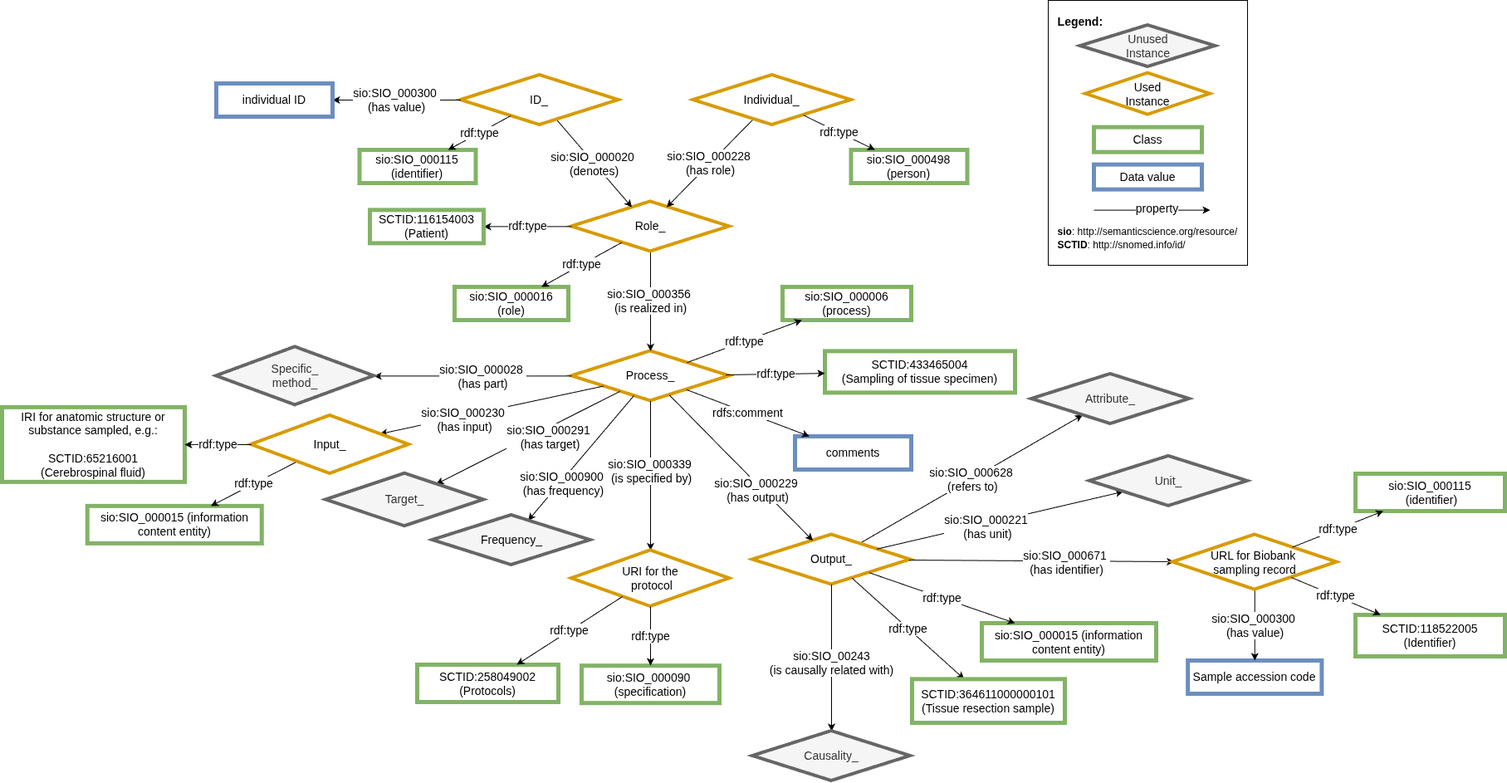
CARE-SM/CARE-Semantic-Model keeps this draw.io diagram as images/snomed/CARE-SM-snomed-Biobank.drawio.png. Above is the earlier version. Source tidied: cells renumbered, new cells last; positions are measured from the earlier drawing's top-left corner, leaving out a move shared by most shapes.
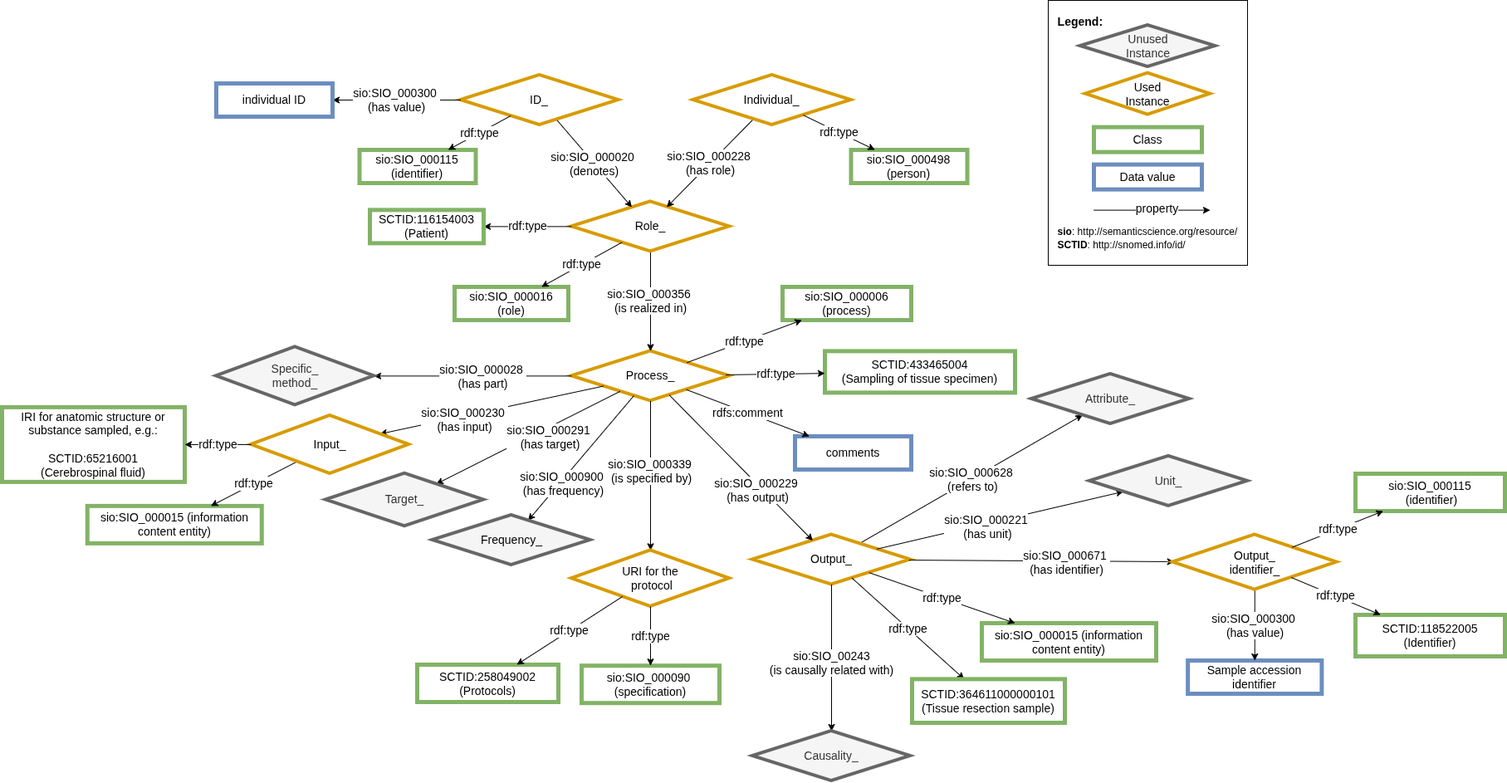
Above is the later version.

Commit message:
Biobank identifier modified

The edit, as a diff of the source:
```diff
@@ -172,7 +172,7 @@
     <mxCell id="53" value="sio:SIO_000671&amp;nbsp;&lt;div&gt;(has identifier)&lt;/div&gt;" style="rounded=0;jettySize=auto;html=1;fontSize=14;" parent="1" edge="1" source="3" target="64">
       <mxGeometry x="0.19" y="-2" relative="1" as="geometry" />
     </mxCell>
-    <mxCell id="54" value="Sample accession code" style="whiteSpace=wrap;html=1;fillColor=#FFFFFF;strokeColor=#6c8ebf;strokeWidth=5;fontSize=14;" parent="1" vertex="1">
+    <mxCell id="54" value="Sample accession identifier" style="whiteSpace=wrap;html=1;fillColor=#FFFFFF;strokeColor=#6c8ebf;strokeWidth=5;fontSize=14;" parent="1" vertex="1">
       <mxGeometry x="1428.1" y="795" width="161.2" height="40" as="geometry" />
     </mxCell>
     <mxCell id="55" value="sio:SIO_000300&amp;nbsp;&lt;div&gt;(has value)&lt;/div&gt;" style="rounded=0;jettySize=auto;html=1;fontSize=14;" parent="1" edge="1" source="64" target="54">
@@ -204,7 +204,7 @@
     <mxCell id="63" value="Causality_" style="rhombus;whiteSpace=wrap;html=1;fillColor=#f5f5f5;strokeColor=#666666;perimeter=rhombusPerimeter;arcSize=20;comic=0;enumerate=0;strokeWidth=4;rounded=0;fontSize=14;fontColor=#333333;" parent="1" vertex="1">
       <mxGeometry x="904" y="880" width="190" height="60" as="geometry" />
     </mxCell>
-    <mxCell id="64" value="&lt;div&gt;URL for Biobank&amp;nbsp;&lt;/div&gt;&lt;div&gt;sampling record&lt;/div&gt;" style="rhombus;whiteSpace=wrap;html=1;fillColor=#FFFFFF;strokeColor=#D79B00;perimeter=rhombusPerimeter;arcSize=20;comic=0;enumerate=0;strokeWidth=4;rounded=0;fontSize=14;" parent="1" vertex="1">
+    <mxCell id="64" value="&lt;div&gt;Output_&lt;/div&gt;&lt;div&gt;identifier_&lt;/div&gt;" style="rhombus;whiteSpace=wrap;html=1;fillColor=#FFFFFF;strokeColor=#D79B00;perimeter=rhombusPerimeter;arcSize=20;comic=0;enumerate=0;strokeWidth=4;rounded=0;fontSize=14;" parent="1" vertex="1">
       <mxGeometry x="1410" y="643.5" width="197.5" height="66.2" as="geometry" />
     </mxCell>
     <mxCell id="65" value="sio:SIO_000115&lt;div&gt;&amp;nbsp;(identifier)&lt;/div&gt;" style="whiteSpace=wrap;html=1;fillColor=#FFFFFF;strokeColor=#82b366;strokeWidth=5;fontSize=14;" parent="1" vertex="1">
```
